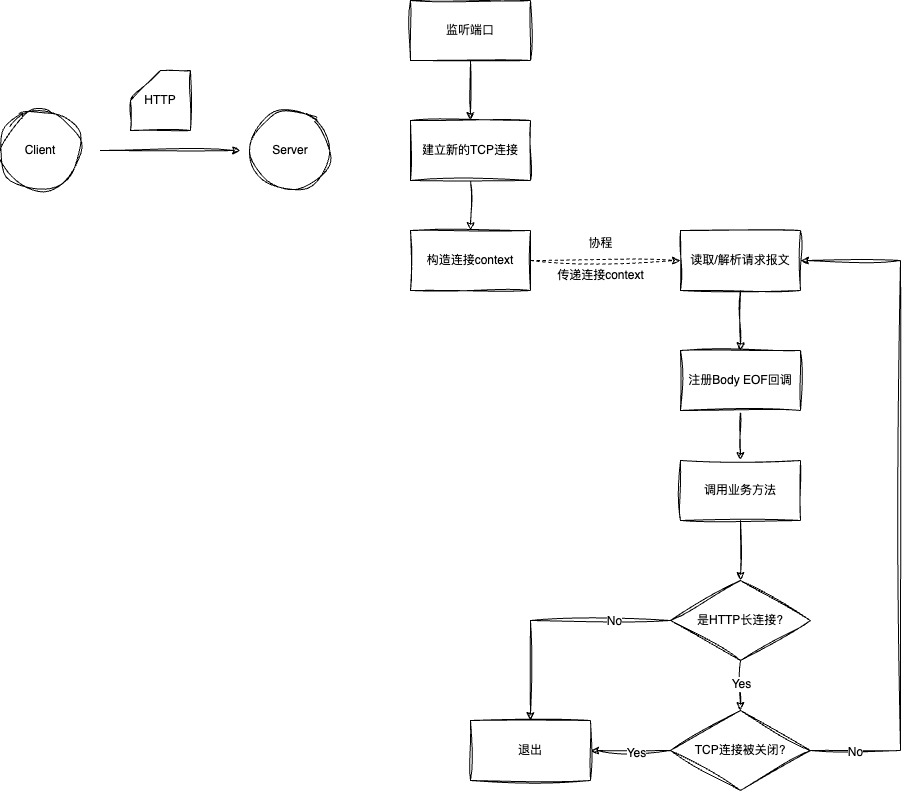
theo1893/theo1893.github.io keeps this draw.io diagram as source/_posts/HTTPProcessInGolang/http1_x_process.png. Above is the earlier version. Source tidied: cells renumbered, new cells last; positions are measured from the earlier drawing's top-left corner, leaving out a move shared by most shapes. Its diagram source:
```xml
<mxGraphModel>
  <root>
    <mxCell id="0" />
    <mxCell id="1" parent="0" />
    <mxCell id="2" style="edgeStyle=orthogonalEdgeStyle;rounded=0;jettySize=auto;html=1;fontFamily=Helvetica;fontSize=12;fontColor=default;sketch=1;curveFitting=1;jiggle=2;" parent="1" edge="1" source="3" target="6">
      <mxGeometry relative="1" as="geometry" />
    </mxCell>
    <mxCell id="3" value="监听端口" style="rounded=0;whiteSpace=wrap;html=1;sketch=1;curveFitting=1;jiggle=2;" parent="1" vertex="1">
      <mxGeometry x="410" width="120" height="60" as="geometry" />
    </mxCell>
    <mxCell id="4" value="Client" style="ellipse;whiteSpace=wrap;html=1;sketch=1;curveFitting=1;jiggle=2;" parent="1" vertex="1">
      <mxGeometry y="110" width="80" height="80" as="geometry" />
    </mxCell>
    <mxCell id="5" style="edgeStyle=orthogonalEdgeStyle;shape=connector;rounded=0;sketch=1;jiggle=2;curveFitting=1;jettySize=auto;html=1;strokeColor=default;align=center;verticalAlign=middle;fontFamily=Helvetica;fontSize=12;fontColor=default;labelBackgroundColor=default;endArrow=classic;" parent="1" edge="1" source="6" target="24">
      <mxGeometry relative="1" as="geometry" />
    </mxCell>
    <mxCell id="6" value="建立新的TCP连接" style="rounded=0;whiteSpace=wrap;html=1;sketch=1;curveFitting=1;jiggle=2;" parent="1" vertex="1">
      <mxGeometry x="410" y="120" width="120" height="60" as="geometry" />
    </mxCell>
    <mxCell id="7" style="edgeStyle=orthogonalEdgeStyle;shape=connector;rounded=0;sketch=1;jiggle=2;curveFitting=1;jettySize=auto;html=1;strokeColor=default;align=center;verticalAlign=middle;fontFamily=Helvetica;fontSize=12;fontColor=default;labelBackgroundColor=default;endArrow=classic;" parent="1" edge="1" source="8" target="10">
      <mxGeometry relative="1" as="geometry" />
    </mxCell>
    <mxCell id="8" value="读取/解析请求报文" style="rounded=0;whiteSpace=wrap;html=1;sketch=1;curveFitting=1;jiggle=2;" parent="1" vertex="1">
      <mxGeometry x="680" y="230" width="120" height="60" as="geometry" />
    </mxCell>
    <mxCell id="9" style="edgeStyle=orthogonalEdgeStyle;shape=connector;rounded=0;sketch=1;jiggle=2;curveFitting=1;jettySize=auto;html=1;strokeColor=default;align=center;verticalAlign=middle;fontFamily=Helvetica;fontSize=12;fontColor=default;labelBackgroundColor=default;endArrow=classic;" parent="1" edge="1" source="10" target="12">
      <mxGeometry relative="1" as="geometry" />
    </mxCell>
    <mxCell id="10" value="注册Body EOF回调" style="rounded=0;whiteSpace=wrap;html=1;sketch=1;curveFitting=1;jiggle=2;" parent="1" vertex="1">
      <mxGeometry x="680" y="350" width="120" height="60" as="geometry" />
    </mxCell>
    <mxCell id="11" style="edgeStyle=orthogonalEdgeStyle;shape=connector;rounded=0;sketch=1;jiggle=2;curveFitting=1;jettySize=auto;html=1;strokeColor=default;align=center;verticalAlign=middle;fontFamily=Helvetica;fontSize=12;fontColor=default;labelBackgroundColor=default;endArrow=classic;" parent="1" edge="1" source="12" target="17">
      <mxGeometry relative="1" as="geometry" />
    </mxCell>
    <mxCell id="12" value="调用业务方法" style="rounded=0;whiteSpace=wrap;html=1;sketch=1;curveFitting=1;jiggle=2;" parent="1" vertex="1">
      <mxGeometry x="680" y="460" width="120" height="60" as="geometry" />
    </mxCell>
    <mxCell id="13" style="edgeStyle=orthogonalEdgeStyle;shape=connector;rounded=0;sketch=1;jiggle=2;curveFitting=1;jettySize=auto;html=1;entryX=0.5;entryY=0;entryDx=0;entryDy=0;strokeColor=default;align=center;verticalAlign=middle;fontFamily=Helvetica;fontSize=12;fontColor=default;labelBackgroundColor=default;endArrow=classic;" parent="1" edge="1" source="17" target="22">
      <mxGeometry relative="1" as="geometry" />
    </mxCell>
    <mxCell id="14" value="Yes" style="edgeLabel;html=1;align=center;verticalAlign=middle;sketch=1;jiggle=2;curveFitting=1;strokeColor=default;fontFamily=Helvetica;fontSize=12;fontColor=default;labelBackgroundColor=default;fillColor=default;" parent="13" vertex="1">
      <mxGeometry x="-0.08" relative="1" as="geometry" />
    </mxCell>
    <mxCell id="15" style="edgeStyle=orthogonalEdgeStyle;shape=connector;rounded=0;sketch=1;jiggle=2;curveFitting=1;jettySize=auto;html=1;strokeColor=default;align=center;verticalAlign=middle;fontFamily=Helvetica;fontSize=12;fontColor=default;labelBackgroundColor=default;endArrow=classic;" parent="1" edge="1" source="17" target="27">
      <mxGeometry relative="1" as="geometry" />
    </mxCell>
    <mxCell id="16" value="No" style="edgeLabel;html=1;align=center;verticalAlign=middle;sketch=1;jiggle=2;curveFitting=1;strokeColor=default;fontFamily=Helvetica;fontSize=12;fontColor=default;labelBackgroundColor=default;fillColor=default;" parent="15" vertex="1">
      <mxGeometry x="-0.53" relative="1" as="geometry" />
    </mxCell>
    <mxCell id="17" value="是HTTP长连接?" style="rhombus;whiteSpace=wrap;html=1;sketch=1;jiggle=2;curveFitting=1;strokeColor=default;align=center;verticalAlign=middle;fontFamily=Helvetica;fontSize=12;fontColor=default;labelBackgroundColor=default;fillColor=default;" parent="1" vertex="1">
      <mxGeometry x="670" y="580" width="140" height="80" as="geometry" />
    </mxCell>
    <mxCell id="18" style="edgeStyle=orthogonalEdgeStyle;shape=connector;rounded=0;sketch=1;jiggle=2;curveFitting=1;jettySize=auto;html=1;entryX=1;entryY=0.5;entryDx=0;entryDy=0;strokeColor=default;align=center;verticalAlign=middle;fontFamily=Helvetica;fontSize=12;fontColor=default;labelBackgroundColor=default;endArrow=classic;" parent="1" edge="1" source="22" target="8">
      <mxGeometry relative="1" as="geometry">
        <Array as="points">
          <mxPoint x="900" y="750" />
          <mxPoint x="900" y="260" />
        </Array>
      </mxGeometry>
    </mxCell>
    <mxCell id="19" value="No" style="edgeLabel;html=1;align=center;verticalAlign=middle;sketch=1;jiggle=2;curveFitting=1;strokeColor=default;fontFamily=Helvetica;fontSize=12;fontColor=default;labelBackgroundColor=default;fillColor=default;" parent="18" vertex="1">
      <mxGeometry x="-0.87" y="-1" relative="1" as="geometry" />
    </mxCell>
    <mxCell id="20" style="edgeStyle=orthogonalEdgeStyle;shape=connector;rounded=0;sketch=1;jiggle=2;curveFitting=1;jettySize=auto;html=1;strokeColor=default;align=center;verticalAlign=middle;fontFamily=Helvetica;fontSize=12;fontColor=default;labelBackgroundColor=default;endArrow=classic;" parent="1" edge="1" source="22" target="27">
      <mxGeometry relative="1" as="geometry" />
    </mxCell>
    <mxCell id="21" value="Yes" style="edgeLabel;html=1;align=center;verticalAlign=middle;sketch=1;jiggle=2;curveFitting=1;strokeColor=default;fontFamily=Helvetica;fontSize=12;fontColor=default;labelBackgroundColor=default;fillColor=default;" parent="20" vertex="1">
      <mxGeometry x="-0.12" y="2" relative="1" as="geometry" />
    </mxCell>
    <mxCell id="22" value="TCP连接被关闭?" style="rhombus;whiteSpace=wrap;html=1;sketch=1;jiggle=2;curveFitting=1;strokeColor=default;align=center;verticalAlign=middle;fontFamily=Helvetica;fontSize=12;fontColor=default;labelBackgroundColor=default;fillColor=default;" parent="1" vertex="1">
      <mxGeometry x="670" y="710" width="140" height="80" as="geometry" />
    </mxCell>
    <mxCell id="23" style="edgeStyle=orthogonalEdgeStyle;shape=connector;rounded=0;sketch=1;jiggle=2;curveFitting=1;jettySize=auto;html=1;entryX=0;entryY=0.5;entryDx=0;entryDy=0;strokeColor=default;align=center;verticalAlign=middle;fontFamily=Helvetica;fontSize=12;fontColor=default;labelBackgroundColor=default;endArrow=classic;dashed=1;" parent="1" edge="1" source="24" target="8">
      <mxGeometry relative="1" as="geometry" />
    </mxCell>
    <mxCell id="24" value="构造连接context" style="rounded=0;whiteSpace=wrap;html=1;sketch=1;curveFitting=1;jiggle=2;" parent="1" vertex="1">
      <mxGeometry x="410" y="230" width="120" height="60" as="geometry" />
    </mxCell>
    <mxCell id="25" value="协程" style="text;html=1;align=center;verticalAlign=middle;strokeColor=none;fillColor=none;fontFamily=Helvetica;fontSize=12;fontColor=default;labelBackgroundColor=default;" parent="1" vertex="1">
      <mxGeometry x="575" y="228" width="50" height="30" as="geometry" />
    </mxCell>
    <mxCell id="26" value="传递连接context" style="text;html=1;align=center;verticalAlign=middle;strokeColor=none;fillColor=none;fontFamily=Helvetica;fontSize=12;fontColor=default;labelBackgroundColor=default;" parent="1" vertex="1">
      <mxGeometry x="545" y="260" width="110" height="30" as="geometry" />
    </mxCell>
    <mxCell id="27" value="退出" style="rounded=0;whiteSpace=wrap;html=1;sketch=1;curveFitting=1;jiggle=2;" parent="1" vertex="1">
      <mxGeometry x="470" y="720" width="120" height="60" as="geometry" />
    </mxCell>
    <mxCell id="28" value="Server" style="ellipse;whiteSpace=wrap;html=1;sketch=1;curveFitting=1;jiggle=2;" parent="1" vertex="1">
      <mxGeometry x="250" y="110" width="80" height="80" as="geometry" />
    </mxCell>
    <mxCell id="29" value="HTTP" style="shape=card;whiteSpace=wrap;html=1;sketch=1;jiggle=2;curveFitting=1;strokeColor=default;align=center;verticalAlign=middle;fontFamily=Helvetica;fontSize=12;fontColor=default;labelBackgroundColor=default;fillColor=default;" parent="1" vertex="1">
      <mxGeometry x="130" y="70" width="60" height="60" as="geometry" />
    </mxCell>
    <mxCell id="30" style="endArrow=classic;html=1;rounded=0;sketch=1;jiggle=2;curveFitting=1;strokeColor=default;align=center;verticalAlign=middle;fontFamily=Helvetica;fontSize=12;fontColor=default;labelBackgroundColor=default;edgeStyle=orthogonalEdgeStyle;" parent="1" edge="1">
      <mxGeometry relative="1" as="geometry">
        <mxPoint x="100" y="150" as="sourcePoint" />
        <mxPoint x="240" y="150" as="targetPoint" />
      </mxGeometry>
    </mxCell>
  </root>
</mxGraphModel>
```
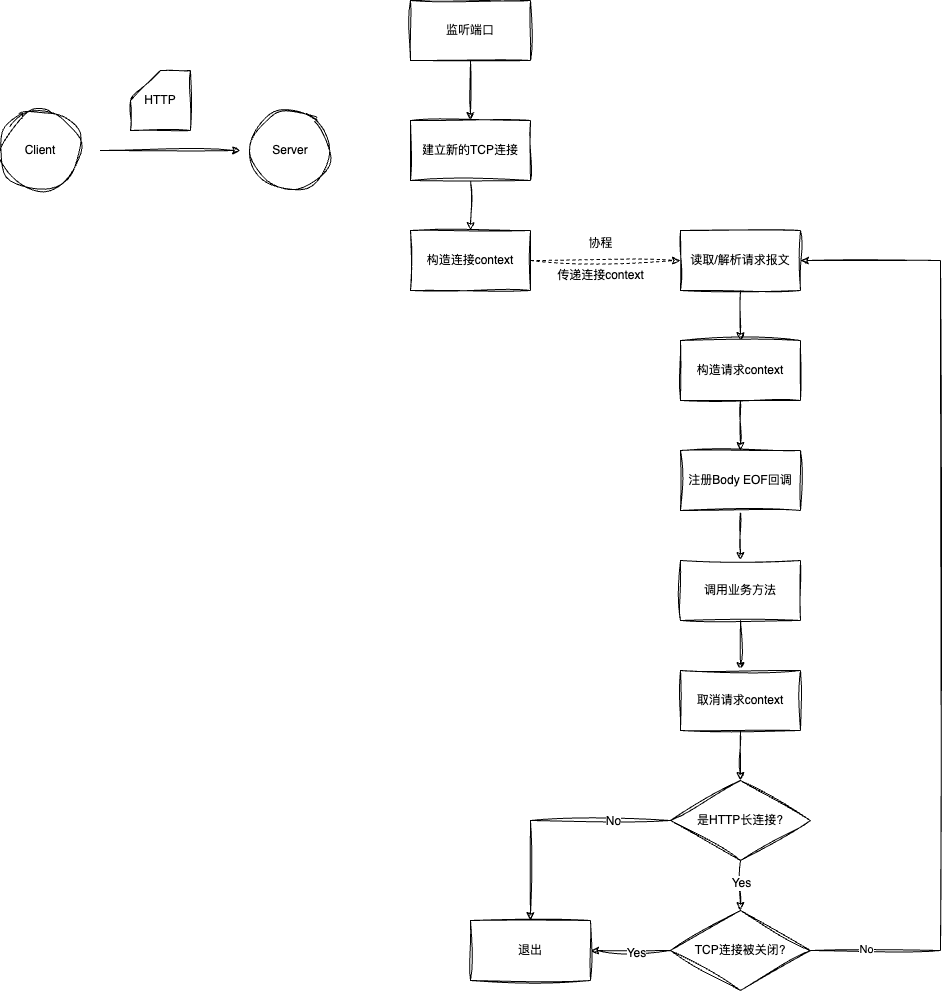
Later version of the same file.

The edit, as a diff of the source:
```diff
@@ -17,9 +17,9 @@
     <mxCell id="6" value="建立新的TCP连接" style="rounded=0;whiteSpace=wrap;html=1;sketch=1;curveFitting=1;jiggle=2;" parent="1" vertex="1">
       <mxGeometry x="410" y="120" width="120" height="60" as="geometry" />
     </mxCell>
-    <mxCell id="7" style="edgeStyle=orthogonalEdgeStyle;shape=connector;rounded=0;sketch=1;jiggle=2;curveFitting=1;jettySize=auto;html=1;strokeColor=default;align=center;verticalAlign=middle;fontFamily=Helvetica;fontSize=12;fontColor=default;labelBackgroundColor=default;endArrow=classic;" parent="1" edge="1" source="8" target="10">
-      <mxGeometry relative="1" as="geometry" />
-    </mxCell>
+    <mxCell id="31" style="edgeStyle=orthogonalEdgeStyle;shape=connector;rounded=0;sketch=1;jiggle=2;curveFitting=1;jettySize=auto;html=1;strokeColor=default;align=center;verticalAlign=middle;fontFamily=Helvetica;fontSize=11;fontColor=default;labelBackgroundColor=default;endArrow=classic;" parent="1" edge="1" source="8" target="34">
+      <mxGeometry relative="1" as="geometry" />
+    </mxCell>
     <mxCell id="8" value="读取/解析请求报文" style="rounded=0;whiteSpace=wrap;html=1;sketch=1;curveFitting=1;jiggle=2;" parent="1" vertex="1">
       <mxGeometry x="680" y="230" width="120" height="60" as="geometry" />
     </mxCell>
@@ -27,13 +27,13 @@
       <mxGeometry relative="1" as="geometry" />
     </mxCell>
     <mxCell id="10" value="注册Body EOF回调" style="rounded=0;whiteSpace=wrap;html=1;sketch=1;curveFitting=1;jiggle=2;" parent="1" vertex="1">
-      <mxGeometry x="680" y="350" width="120" height="60" as="geometry" />
+      <mxGeometry x="680" y="450" width="120" height="60" as="geometry" />
     </mxCell>
-    <mxCell id="11" style="edgeStyle=orthogonalEdgeStyle;shape=connector;rounded=0;sketch=1;jiggle=2;curveFitting=1;jettySize=auto;html=1;strokeColor=default;align=center;verticalAlign=middle;fontFamily=Helvetica;fontSize=12;fontColor=default;labelBackgroundColor=default;endArrow=classic;" parent="1" edge="1" source="12" target="17">
-      <mxGeometry relative="1" as="geometry" />
-    </mxCell>
+    <mxCell id="32" style="edgeStyle=orthogonalEdgeStyle;rounded=0;jettySize=auto;html=1;sketch=1;curveFitting=1;jiggle=2;" parent="1" edge="1" source="12" target="36">
+      <mxGeometry relative="1" as="geometry" />
+    </mxCell>
     <mxCell id="12" value="调用业务方法" style="rounded=0;whiteSpace=wrap;html=1;sketch=1;curveFitting=1;jiggle=2;" parent="1" vertex="1">
-      <mxGeometry x="680" y="460" width="120" height="60" as="geometry" />
+      <mxGeometry x="680" y="560" width="120" height="60" as="geometry" />
     </mxCell>
     <mxCell id="13" style="edgeStyle=orthogonalEdgeStyle;shape=connector;rounded=0;sketch=1;jiggle=2;curveFitting=1;jettySize=auto;html=1;entryX=0.5;entryY=0;entryDx=0;entryDy=0;strokeColor=default;align=center;verticalAlign=middle;fontFamily=Helvetica;fontSize=12;fontColor=default;labelBackgroundColor=default;endArrow=classic;" parent="1" edge="1" source="17" target="22">
       <mxGeometry relative="1" as="geometry" />
@@ -48,27 +48,27 @@
       <mxGeometry x="-0.53" relative="1" as="geometry" />
     </mxCell>
     <mxCell id="17" value="是HTTP长连接?" style="rhombus;whiteSpace=wrap;html=1;sketch=1;jiggle=2;curveFitting=1;strokeColor=default;align=center;verticalAlign=middle;fontFamily=Helvetica;fontSize=12;fontColor=default;labelBackgroundColor=default;fillColor=default;" parent="1" vertex="1">
-      <mxGeometry x="670" y="580" width="140" height="80" as="geometry" />
+      <mxGeometry x="670" y="780" width="140" height="80" as="geometry" />
     </mxCell>
+    <mxCell id="20" style="edgeStyle=orthogonalEdgeStyle;shape=connector;rounded=0;sketch=1;jiggle=2;curveFitting=1;jettySize=auto;html=1;strokeColor=default;align=center;verticalAlign=middle;fontFamily=Helvetica;fontSize=12;fontColor=default;labelBackgroundColor=default;endArrow=classic;" parent="1" edge="1" source="22" target="27">
+      <mxGeometry relative="1" as="geometry" />
+    </mxCell>
+    <mxCell id="21" value="Yes" style="edgeLabel;html=1;align=center;verticalAlign=middle;sketch=1;jiggle=2;curveFitting=1;strokeColor=default;fontFamily=Helvetica;fontSize=12;fontColor=default;labelBackgroundColor=default;fillColor=default;" parent="20" vertex="1">
+      <mxGeometry x="-0.12" y="2" relative="1" as="geometry" />
+    </mxCell>
-    <mxCell id="18" style="edgeStyle=orthogonalEdgeStyle;shape=connector;rounded=0;sketch=1;jiggle=2;curveFitting=1;jettySize=auto;html=1;entryX=1;entryY=0.5;entryDx=0;entryDy=0;strokeColor=default;align=center;verticalAlign=middle;fontFamily=Helvetica;fontSize=12;fontColor=default;labelBackgroundColor=default;endArrow=classic;" parent="1" edge="1" source="22" target="8">
+    <mxCell id="18" style="edgeStyle=orthogonalEdgeStyle;shape=connector;rounded=0;sketch=1;jiggle=2;curveFitting=1;jettySize=auto;html=1;entryX=1;entryY=0.5;entryDx=0;entryDy=0;strokeColor=default;align=center;verticalAlign=middle;fontFamily=Helvetica;fontSize=11;fontColor=default;labelBackgroundColor=default;endArrow=classic;" parent="1" edge="1" source="22" target="8">
       <mxGeometry relative="1" as="geometry">
         <Array as="points">
-          <mxPoint x="900" y="750" />
-          <mxPoint x="900" y="260" />
+          <mxPoint x="940" y="950" />
+          <mxPoint x="940" y="260" />
         </Array>
       </mxGeometry>
     </mxCell>
-    <mxCell id="19" value="No" style="edgeLabel;html=1;align=center;verticalAlign=middle;sketch=1;jiggle=2;curveFitting=1;strokeColor=default;fontFamily=Helvetica;fontSize=12;fontColor=default;labelBackgroundColor=default;fillColor=default;" parent="18" vertex="1">
-      <mxGeometry x="-0.87" y="-1" relative="1" as="geometry" />
+    <mxCell id="19" value="No" style="edgeLabel;html=1;align=center;verticalAlign=middle;fontFamily=Helvetica;fontSize=11;fontColor=default;labelBackgroundColor=default;" parent="18" vertex="1">
+      <mxGeometry x="-0.89" y="2" relative="1" as="geometry" />
     </mxCell>
-    <mxCell id="20" style="edgeStyle=orthogonalEdgeStyle;shape=connector;rounded=0;sketch=1;jiggle=2;curveFitting=1;jettySize=auto;html=1;strokeColor=default;align=center;verticalAlign=middle;fontFamily=Helvetica;fontSize=12;fontColor=default;labelBackgroundColor=default;endArrow=classic;" parent="1" edge="1" source="22" target="27">
-      <mxGeometry relative="1" as="geometry" />
-    </mxCell>
-    <mxCell id="21" value="Yes" style="edgeLabel;html=1;align=center;verticalAlign=middle;sketch=1;jiggle=2;curveFitting=1;strokeColor=default;fontFamily=Helvetica;fontSize=12;fontColor=default;labelBackgroundColor=default;fillColor=default;" parent="20" vertex="1">
-      <mxGeometry x="-0.12" y="2" relative="1" as="geometry" />
-    </mxCell>
     <mxCell id="22" value="TCP连接被关闭?" style="rhombus;whiteSpace=wrap;html=1;sketch=1;jiggle=2;curveFitting=1;strokeColor=default;align=center;verticalAlign=middle;fontFamily=Helvetica;fontSize=12;fontColor=default;labelBackgroundColor=default;fillColor=default;" parent="1" vertex="1">
-      <mxGeometry x="670" y="710" width="140" height="80" as="geometry" />
+      <mxGeometry x="670" y="910" width="140" height="80" as="geometry" />
     </mxCell>
     <mxCell id="23" style="edgeStyle=orthogonalEdgeStyle;shape=connector;rounded=0;sketch=1;jiggle=2;curveFitting=1;jettySize=auto;html=1;entryX=0;entryY=0.5;entryDx=0;entryDy=0;strokeColor=default;align=center;verticalAlign=middle;fontFamily=Helvetica;fontSize=12;fontColor=default;labelBackgroundColor=default;endArrow=classic;dashed=1;" parent="1" edge="1" source="24" target="8">
       <mxGeometry relative="1" as="geometry" />
@@ -83,7 +83,7 @@
       <mxGeometry x="545" y="260" width="110" height="30" as="geometry" />
     </mxCell>
     <mxCell id="27" value="退出" style="rounded=0;whiteSpace=wrap;html=1;sketch=1;curveFitting=1;jiggle=2;" parent="1" vertex="1">
-      <mxGeometry x="470" y="720" width="120" height="60" as="geometry" />
+      <mxGeometry x="470" y="920" width="120" height="60" as="geometry" />
     </mxCell>
     <mxCell id="28" value="Server" style="ellipse;whiteSpace=wrap;html=1;sketch=1;curveFitting=1;jiggle=2;" parent="1" vertex="1">
       <mxGeometry x="250" y="110" width="80" height="80" as="geometry" />
@@ -97,5 +97,17 @@
         <mxPoint x="240" y="150" as="targetPoint" />
       </mxGeometry>
     </mxCell>
+    <mxCell id="33" style="edgeStyle=orthogonalEdgeStyle;shape=connector;rounded=0;sketch=1;jiggle=2;curveFitting=1;jettySize=auto;html=1;strokeColor=default;align=center;verticalAlign=middle;fontFamily=Helvetica;fontSize=11;fontColor=default;labelBackgroundColor=default;endArrow=classic;" parent="1" edge="1" source="34" target="10">
+      <mxGeometry relative="1" as="geometry" />
+    </mxCell>
+    <mxCell id="34" value="构造请求context" style="rounded=0;whiteSpace=wrap;html=1;sketch=1;curveFitting=1;jiggle=2;" parent="1" vertex="1">
+      <mxGeometry x="680" y="340" width="120" height="60" as="geometry" />
+    </mxCell>
+    <mxCell id="35" style="edgeStyle=orthogonalEdgeStyle;shape=connector;rounded=0;sketch=1;jiggle=2;curveFitting=1;jettySize=auto;html=1;strokeColor=default;align=center;verticalAlign=middle;fontFamily=Helvetica;fontSize=11;fontColor=default;labelBackgroundColor=default;endArrow=classic;" parent="1" edge="1" source="36" target="17">
+      <mxGeometry relative="1" as="geometry" />
+    </mxCell>
+    <mxCell id="36" value="取消请求context" style="rounded=0;whiteSpace=wrap;html=1;sketch=1;curveFitting=1;jiggle=2;" parent="1" vertex="1">
+      <mxGeometry x="680" y="670" width="120" height="60" as="geometry" />
+    </mxCell>
   </root>
 </mxGraphModel>
```
